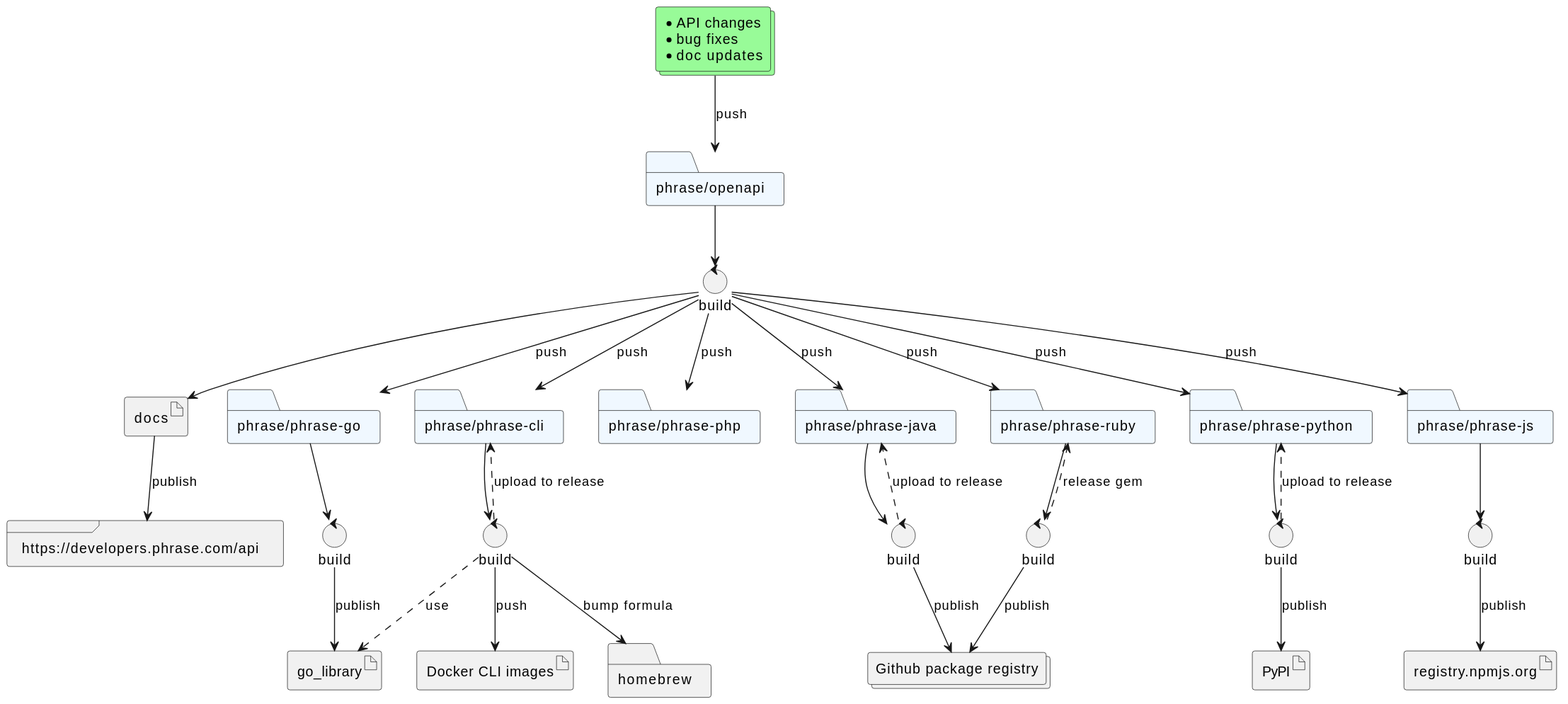
Earlier version of the PlantUML export docs/openapi workflow.svg (phrase/openapi).
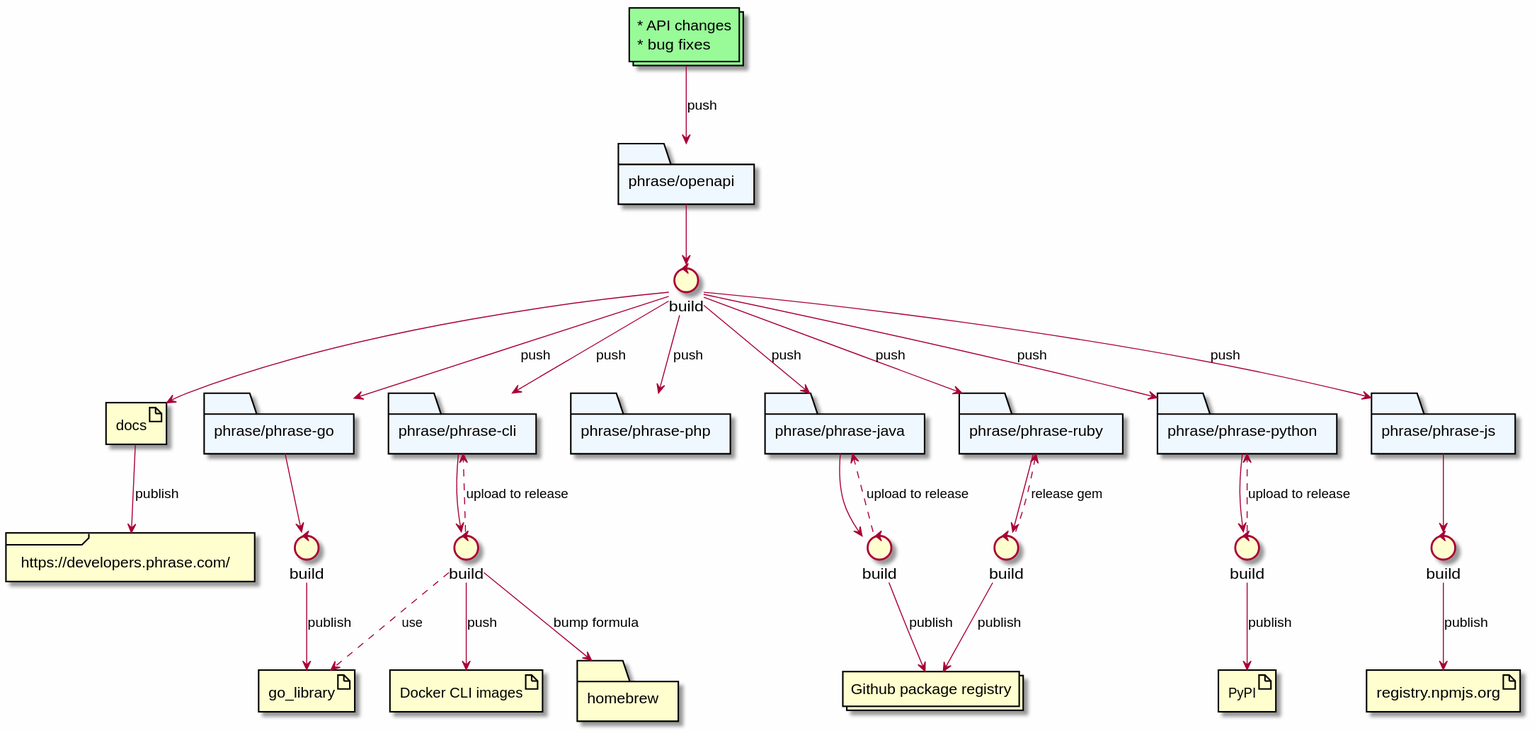
After the change.

Diff of the diagram source:
```diff
@@ -1,11 +1,12 @@
 @startuml "openapi workflow"
+skinparam backgroundColor #fefefe
 
-collections "* API changes\n* bug fixes\n* doc updates" as changes #PaleGreen
+collections "* API changes\n* bug fixes" as changes #PaleGreen
 folder "phrase/openapi" as openapi #AliceBlue
 control "build" as actions
 
 artifact docs
-frame "https://developers.phrase.com/api" as developers
+frame "https://developers.phrase.com/" as developers
 
 folder "phrase/phrase-go" as go #AliceBlue
 folder "phrase/phrase-cli" as cli #AliceBlue
@@ -31,7 +32,7 @@
 artifact "PyPI"
 
 changes --> openapi : push
-openapi-->actions
+openapi --> actions
 actions --> docs
 docs --> developers : publish
 actions --> go : push
```
